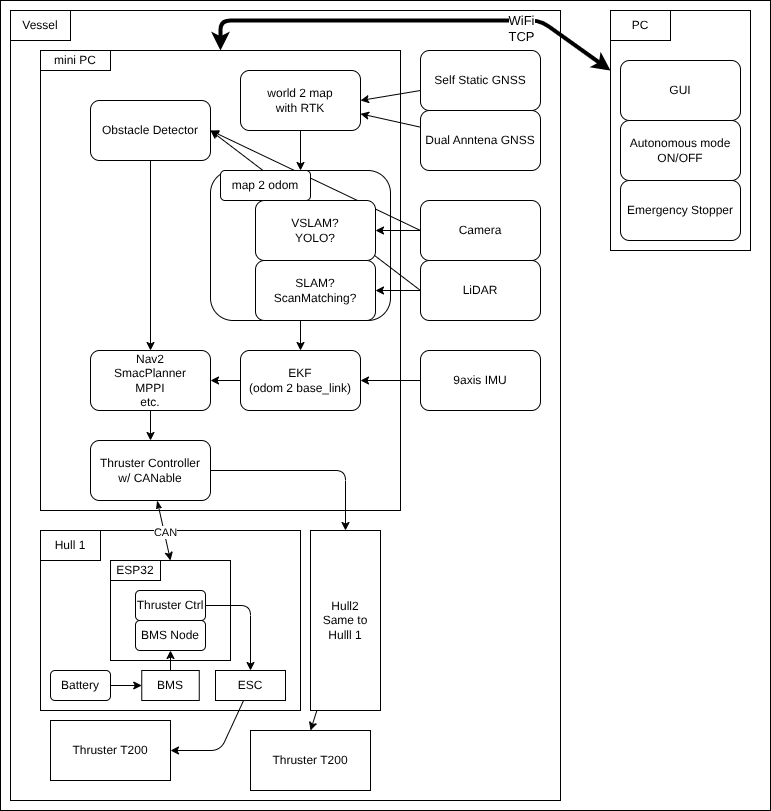
Above: ctrl_architecture.png in oswystk15662/njord2026_ws (draw.io), before the change. Source tidied: cells renumbered, new cells last; positions are measured from the earlier drawing's top-left corner, leaving out a move shared by most shapes.
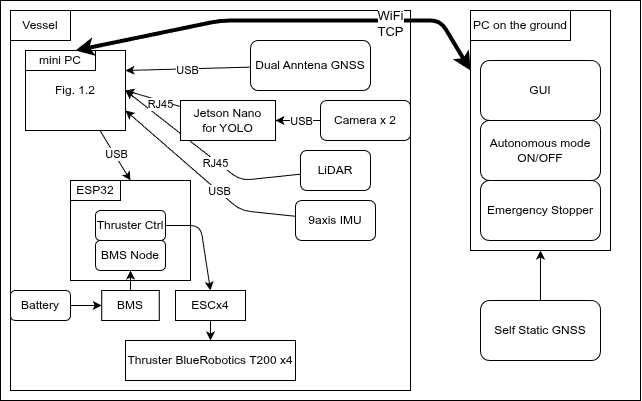
After the commit.

The edit, as a diff of the source:
```diff
@@ -3,175 +3,122 @@
     <mxCell id="0" />
     <mxCell id="1" parent="0" />
     <mxCell id="2" style="rounded=0;whiteSpace=wrap;html=1;" parent="1" vertex="1">
-      <mxGeometry width="770" height="810" as="geometry" />
+      <mxGeometry width="640" height="400" as="geometry" />
     </mxCell>
     <mxCell id="3" style="rounded=0;whiteSpace=wrap;html=1;" parent="1" vertex="1">
-      <mxGeometry x="10" y="10" width="550" height="790" as="geometry" />
+      <mxGeometry x="10" y="10" width="400" height="380" as="geometry" />
     </mxCell>
-    <mxCell id="4" style="rounded=0;whiteSpace=wrap;html=1;" parent="1" vertex="1">
-      <mxGeometry x="40" y="530" width="260" height="180" as="geometry" />
-    </mxCell>
+    <mxCell id="60" style="edgeStyle=none;html=1;entryX=0.5;entryY=0;entryDx=0;entryDy=0;endArrow=classic;endFill=1;rounded=1;curved=0;" parent="1" edge="1" source="5" target="38">
+      <mxGeometry relative="1" as="geometry" />
+    </mxCell>
+    <mxCell id="61" value="USB" style="edgeLabel;html=1;align=center;verticalAlign=middle;" parent="60" vertex="1">
+      <mxGeometry x="-0.05" y="1" relative="1" as="geometry" />
+    </mxCell>
-    <mxCell id="5" style="rounded=0;whiteSpace=wrap;html=1;" parent="1" vertex="1">
-      <mxGeometry x="40" y="50" width="360" height="460" as="geometry" />
+    <mxCell id="5" value="Fig. 1.2" style="rounded=0;whiteSpace=wrap;html=1;" parent="1" vertex="1">
+      <mxGeometry x="25" y="50" width="100" height="80" as="geometry" />
     </mxCell>
-    <mxCell id="6" style="edgeStyle=none;html=1;" parent="1" edge="1" source="7" target="24">
-      <mxGeometry relative="1" as="geometry" />
-    </mxCell>
-    <mxCell id="7" style="rounded=1;whiteSpace=wrap;html=1;" parent="1" vertex="1">
-      <mxGeometry x="210" y="170" width="180" height="150" as="geometry" />
-    </mxCell>
     <mxCell id="8" value="mini PC" style="rounded=0;whiteSpace=wrap;html=1;" parent="1" vertex="1">
-      <mxGeometry x="40" y="50" width="70" height="20" as="geometry" />
+      <mxGeometry x="25" y="50" width="70" height="20" as="geometry" />
     </mxCell>
-    <mxCell id="9" style="edgeStyle=none;html=1;" parent="1" edge="1" source="10" target="12">
+    <mxCell id="9" style="edgeStyle=none;html=1;entryX=1;entryY=0.25;entryDx=0;entryDy=0;" parent="1" edge="1" source="10" target="5">
       <mxGeometry relative="1" as="geometry" />
     </mxCell>
+    <mxCell id="62" value="USB" style="edgeLabel;html=1;align=center;verticalAlign=middle;" parent="9" vertex="1">
+      <mxGeometry x="0.01" y="1" relative="1" as="geometry" />
+    </mxCell>
     <mxCell id="10" value="Dual Anntena GNSS" style="rounded=1;whiteSpace=wrap;html=1;" parent="1" vertex="1">
-      <mxGeometry x="420" y="110" width="120" height="60" as="geometry" />
+      <mxGeometry x="250" y="40" width="120" height="50" as="geometry" />
     </mxCell>
-    <mxCell id="11" style="edgeStyle=none;html=1;" parent="1" edge="1" source="12" target="7">
-      <mxGeometry relative="1" as="geometry" />
-    </mxCell>
-    <mxCell id="12" value="world 2 map&lt;div&gt;with RTK&lt;/div&gt;" style="rounded=1;whiteSpace=wrap;html=1;" parent="1" vertex="1">
-      <mxGeometry x="240" y="70" width="120" height="60" as="geometry" />
-    </mxCell>
-    <mxCell id="13" style="edgeStyle=none;html=1;entryX=1;entryY=0.5;entryDx=0;entryDy=0;" parent="1" edge="1" source="14" target="12">
-      <mxGeometry relative="1" as="geometry" />
-    </mxCell>
+    <mxCell id="63" style="edgeStyle=none;html=1;entryX=0.5;entryY=1;entryDx=0;entryDy=0;" parent="1" edge="1" source="14" target="54">
+      <mxGeometry relative="1" as="geometry" />
+    </mxCell>
     <mxCell id="14" value="Self Static GNSS" style="rounded=1;whiteSpace=wrap;html=1;" parent="1" vertex="1">
-      <mxGeometry x="420" y="50" width="120" height="60" as="geometry" />
+      <mxGeometry x="480" y="300" width="120" height="60" as="geometry" />
     </mxCell>
-    <mxCell id="15" style="edgeStyle=none;html=1;entryX=1;entryY=0.5;entryDx=0;entryDy=0;" parent="1" edge="1" source="18" target="58">
-      <mxGeometry relative="1" as="geometry" />
-    </mxCell>
-    <mxCell id="16" style="edgeStyle=none;html=1;entryX=1;entryY=0.5;entryDx=0;entryDy=0;exitX=0;exitY=0.5;exitDx=0;exitDy=0;" parent="1" edge="1" source="18" target="28">
-      <mxGeometry relative="1" as="geometry" />
-    </mxCell>
-    <mxCell id="17" style="edgeStyle=none;html=1;entryX=1;entryY=0.5;entryDx=0;entryDy=0;exitX=0;exitY=0.5;exitDx=0;exitDy=0;" parent="1" edge="1" source="20" target="28">
-      <mxGeometry relative="1" as="geometry" />
-    </mxCell>
+    <mxCell id="64" style="edgeStyle=none;html=1;" parent="1" edge="1" source="18" target="70">
+      <mxGeometry relative="1" as="geometry" />
+    </mxCell>
+    <mxCell id="65" value="USB" style="edgeLabel;html=1;align=center;verticalAlign=middle;" parent="64" vertex="1">
+      <mxGeometry x="-0.43" y="3" relative="1" as="geometry">
+        <mxPoint x="-7" y="-3" as="offset" />
+      </mxGeometry>
+    </mxCell>
-    <mxCell id="18" value="Camera" style="rounded=1;whiteSpace=wrap;html=1;" parent="1" vertex="1">
-      <mxGeometry x="420" y="200" width="120" height="60" as="geometry" />
+    <mxCell id="18" value="Camera x 2" style="rounded=1;whiteSpace=wrap;html=1;" parent="1" vertex="1">
+      <mxGeometry x="320" y="100" width="90" height="40" as="geometry" />
     </mxCell>
-    <mxCell id="19" style="edgeStyle=none;html=1;" parent="1" edge="1" source="20" target="21">
-      <mxGeometry relative="1" as="geometry" />
+    <mxCell id="19" style="edgeStyle=none;html=1;entryX=1;entryY=0.5;entryDx=0;entryDy=0;" parent="1" edge="1" source="20" target="5">
+      <mxGeometry relative="1" as="geometry">
+        <Array as="points">
+          <mxPoint x="240" y="180" />
+        </Array>
+      </mxGeometry>
     </mxCell>
+    <mxCell id="66" value="RJ45" style="edgeLabel;html=1;align=center;verticalAlign=middle;" parent="19" vertex="1">
+      <mxGeometry x="-0.11" y="2" relative="1" as="geometry" />
+    </mxCell>
     <mxCell id="20" value="LiDAR" style="rounded=1;whiteSpace=wrap;html=1;" parent="1" vertex="1">
-      <mxGeometry x="420" y="260" width="120" height="60" as="geometry" />
+      <mxGeometry x="300" y="150" width="70" height="40" as="geometry" />
     </mxCell>
-    <mxCell id="21" value="SLAM?&lt;br&gt;ScanMatching?" style="rounded=1;whiteSpace=wrap;html=1;" parent="1" vertex="1">
-      <mxGeometry x="255" y="260" width="120" height="60" as="geometry" />
-    </mxCell>
-    <mxCell id="22" value="map 2 odom" style="rounded=1;whiteSpace=wrap;html=1;" parent="1" vertex="1">
-      <mxGeometry x="220" y="170" width="90" height="30" as="geometry" />
-    </mxCell>
-    <mxCell id="23" style="edgeStyle=none;html=1;entryX=1;entryY=0.5;entryDx=0;entryDy=0;" parent="1" edge="1" source="24" target="30">
-      <mxGeometry relative="1" as="geometry" />
-    </mxCell>
-    <mxCell id="24" value="EKF&lt;div&gt;(odom 2 base_link)&lt;/div&gt;" style="rounded=1;whiteSpace=wrap;html=1;" parent="1" vertex="1">
-      <mxGeometry x="240" y="350" width="120" height="60" as="geometry" />
-    </mxCell>
-    <mxCell id="25" style="edgeStyle=none;html=1;" parent="1" edge="1" source="26" target="24">
-      <mxGeometry relative="1" as="geometry" />
+    <mxCell id="25" style="edgeStyle=none;html=1;entryX=1;entryY=0.75;entryDx=0;entryDy=0;" parent="1" edge="1" source="26" target="5">
+      <mxGeometry relative="1" as="geometry">
+        <Array as="points">
+          <mxPoint x="240" y="210" />
+        </Array>
+      </mxGeometry>
     </mxCell>
+    <mxCell id="67" value="USB" style="edgeLabel;html=1;align=center;verticalAlign=middle;" parent="25" vertex="1">
+      <mxGeometry x="-0.19" y="-1" relative="1" as="geometry" />
+    </mxCell>
     <mxCell id="26" value="9axis IMU" style="rounded=1;whiteSpace=wrap;html=1;" parent="1" vertex="1">
-      <mxGeometry x="420" y="350" width="120" height="60" as="geometry" />
+      <mxGeometry x="295" y="200" width="80" height="40" as="geometry" />
     </mxCell>
-    <mxCell id="27" style="edgeStyle=none;html=1;entryX=0.5;entryY=0;entryDx=0;entryDy=0;" parent="1" edge="1" source="28" target="30">
-      <mxGeometry relative="1" as="geometry">
-        <Array as="points">
-          <mxPoint x="150" y="110" />
-        </Array>
-      </mxGeometry>
-    </mxCell>
-    <mxCell id="28" value="Obstacle Detector" style="rounded=1;whiteSpace=wrap;html=1;" parent="1" vertex="1">
-      <mxGeometry x="90" y="100" width="120" height="60" as="geometry" />
-    </mxCell>
-    <mxCell id="29" style="edgeStyle=none;html=1;" parent="1" edge="1" source="30" target="34">
-      <mxGeometry relative="1" as="geometry" />
-    </mxCell>
-    <mxCell id="30" value="Nav2&lt;div&gt;SmacPlanner&lt;/div&gt;&lt;div&gt;MPPI&lt;/div&gt;&lt;div&gt;etc.&lt;/div&gt;" style="rounded=1;whiteSpace=wrap;html=1;align=center;" parent="1" vertex="1">
-      <mxGeometry x="90" y="350" width="120" height="60" as="geometry" />
-    </mxCell>
-    <mxCell id="31" style="edgeStyle=none;html=1;entryX=0.5;entryY=0;entryDx=0;entryDy=0;startArrow=classicThin;startFill=1;" parent="1" edge="1" source="34" target="38">
-      <mxGeometry relative="1" as="geometry" />
-    </mxCell>
-    <mxCell id="32" value="CAN" style="edgeLabel;html=1;align=center;verticalAlign=middle;" parent="31" vertex="1">
-      <mxGeometry x="0.08" y="1" relative="1" as="geometry" />
-    </mxCell>
-    <mxCell id="33" style="edgeStyle=none;html=1;entryX=0.5;entryY=0;entryDx=0;entryDy=0;" parent="1" edge="1" source="34" target="49">
-      <mxGeometry relative="1" as="geometry">
-        <Array as="points">
-          <mxPoint x="345" y="470" />
-        </Array>
-      </mxGeometry>
-    </mxCell>
-    <mxCell id="34" value="Thruster Controller&lt;div&gt;w/ CANable&lt;/div&gt;" style="rounded=1;whiteSpace=wrap;html=1;" parent="1" vertex="1">
-      <mxGeometry x="90" y="440" width="120" height="60" as="geometry" />
-    </mxCell>
-    <mxCell id="35" value="Hull 1" style="rounded=0;whiteSpace=wrap;html=1;" parent="1" vertex="1">
-      <mxGeometry x="40" y="530" width="60" height="30" as="geometry" />
-    </mxCell>
     <mxCell id="36" style="edgeStyle=none;html=1;" parent="1" edge="1" source="37" target="41">
       <mxGeometry relative="1" as="geometry" />
     </mxCell>
     <mxCell id="37" value="Battery" style="rounded=1;whiteSpace=wrap;html=1;" parent="1" vertex="1">
-      <mxGeometry x="50" y="670" width="60" height="30" as="geometry" />
+      <mxGeometry x="10" y="290" width="60" height="30" as="geometry" />
     </mxCell>
     <mxCell id="38" style="rounded=0;whiteSpace=wrap;html=1;" parent="1" vertex="1">
-      <mxGeometry x="110" y="560" width="120" height="100" as="geometry" />
+      <mxGeometry x="70" y="180" width="120" height="100" as="geometry" />
     </mxCell>
     <mxCell id="39" value="ESP32" style="rounded=0;whiteSpace=wrap;html=1;" parent="1" vertex="1">
-      <mxGeometry x="110" y="560" width="50" height="20" as="geometry" />
+      <mxGeometry x="70" y="180" width="50" height="20" as="geometry" />
     </mxCell>
     <mxCell id="40" style="edgeStyle=none;html=1;" parent="1" edge="1" source="41" target="42">
       <mxGeometry relative="1" as="geometry" />
     </mxCell>
     <mxCell id="41" value="BMS" style="rounded=0;whiteSpace=wrap;html=1;" parent="1" vertex="1">
-      <mxGeometry x="141.2" y="670" width="57.5" height="30" as="geometry" />
+      <mxGeometry x="101.2" y="290" width="57.5" height="30" as="geometry" />
     </mxCell>
     <mxCell id="42" value="BMS Node" style="rounded=1;whiteSpace=wrap;html=1;" parent="1" vertex="1">
-      <mxGeometry x="135" y="620" width="70" height="30" as="geometry" />
+      <mxGeometry x="95" y="240" width="70" height="30" as="geometry" />
     </mxCell>
     <mxCell id="43" style="edgeStyle=none;html=1;entryX=0.5;entryY=0;entryDx=0;entryDy=0;" parent="1" edge="1" source="44" target="46">
       <mxGeometry relative="1" as="geometry">
         <Array as="points">
-          <mxPoint x="250" y="605" />
+          <mxPoint x="200" y="225" />
         </Array>
       </mxGeometry>
     </mxCell>
     <mxCell id="44" value="Thruster Ctrl" style="rounded=1;whiteSpace=wrap;html=1;" parent="1" vertex="1">
-      <mxGeometry x="135" y="590" width="70" height="30" as="geometry" />
+      <mxGeometry x="95" y="210" width="70" height="30" as="geometry" />
     </mxCell>
-    <mxCell id="45" style="edgeStyle=none;html=1;entryX=1;entryY=0.5;entryDx=0;entryDy=0;" parent="1" edge="1" source="46" target="47">
-      <mxGeometry relative="1" as="geometry">
-        <Array as="points">
-          <mxPoint x="220" y="750" />
-        </Array>
-      </mxGeometry>
+    <mxCell id="45" style="edgeStyle=none;html=1;" parent="1" edge="1" source="46" target="47">
+      <mxGeometry relative="1" as="geometry" />
     </mxCell>
-    <mxCell id="46" value="ESC" style="rounded=0;whiteSpace=wrap;html=1;" parent="1" vertex="1">
-      <mxGeometry x="215" y="670" width="70" height="30" as="geometry" />
+    <mxCell id="46" value="ESCx4" style="rounded=0;whiteSpace=wrap;html=1;" parent="1" vertex="1">
+      <mxGeometry x="175" y="290" width="70" height="30" as="geometry" />
     </mxCell>
-    <mxCell id="47" value="Thruster T200" style="rounded=0;whiteSpace=wrap;html=1;" parent="1" vertex="1">
-      <mxGeometry x="50" y="720" width="120" height="60" as="geometry" />
+    <mxCell id="47" value="Thruster BlueRobotics T200 x4" style="rounded=0;whiteSpace=wrap;html=1;" parent="1" vertex="1">
+      <mxGeometry x="125" y="340" width="170" height="40" as="geometry" />
     </mxCell>
-    <mxCell id="48" style="edgeStyle=none;html=1;entryX=0.5;entryY=0;entryDx=0;entryDy=0;" parent="1" edge="1" source="49" target="50">
-      <mxGeometry relative="1" as="geometry" />
-    </mxCell>
-    <mxCell id="49" value="Hull2&lt;div&gt;Same to&lt;/div&gt;&lt;div&gt;Hulll 1&lt;/div&gt;" style="rounded=0;whiteSpace=wrap;html=1;" parent="1" vertex="1">
-      <mxGeometry x="310" y="530" width="70" height="180" as="geometry" />
-    </mxCell>
-    <mxCell id="50" value="Thruster T200" style="rounded=0;whiteSpace=wrap;html=1;" parent="1" vertex="1">
-      <mxGeometry x="250" y="730" width="120" height="60" as="geometry" />
-    </mxCell>
     <mxCell id="51" value="Vessel" style="rounded=0;whiteSpace=wrap;html=1;" parent="1" vertex="1">
       <mxGeometry x="10" y="10" width="60" height="30" as="geometry" />
     </mxCell>
     <mxCell id="52" style="edgeStyle=none;html=1;entryX=0.5;entryY=0;entryDx=0;entryDy=0;exitX=0;exitY=0.25;exitDx=0;exitDy=0;startArrow=classic;startFill=1;strokeWidth=4;" parent="1" edge="1" source="54" target="5">
       <mxGeometry relative="1" as="geometry">
         <Array as="points">
-          <mxPoint x="540" y="20" />
+          <mxPoint x="440" y="20" />
           <mxPoint x="420" y="20" />
           <mxPoint x="220" y="20" />
         </Array>
@@ -183,22 +130,28 @@
       </mxGeometry>
     </mxCell>
     <mxCell id="54" style="rounded=0;whiteSpace=wrap;html=1;" parent="1" vertex="1">
-      <mxGeometry x="610" y="10" width="140" height="240" as="geometry" />
+      <mxGeometry x="470" y="10" width="140" height="240" as="geometry" />
     </mxCell>
-    <mxCell id="55" value="PC" style="rounded=0;whiteSpace=wrap;html=1;" parent="1" vertex="1">
-      <mxGeometry x="610" y="10" width="60" height="30" as="geometry" />
+    <mxCell id="55" value="PC on the ground" style="rounded=0;whiteSpace=wrap;html=1;" parent="1" vertex="1">
+      <mxGeometry x="470" y="10" width="100" height="30" as="geometry" />
     </mxCell>
     <mxCell id="56" value="GUI" style="rounded=1;whiteSpace=wrap;html=1;" parent="1" vertex="1">
-      <mxGeometry x="620" y="60" width="120" height="60" as="geometry" />
+      <mxGeometry x="480" y="60" width="120" height="60" as="geometry" />
     </mxCell>
     <mxCell id="57" value="Emergency Stopper" style="rounded=1;whiteSpace=wrap;html=1;" parent="1" vertex="1">
-      <mxGeometry x="620" y="180" width="120" height="60" as="geometry" />
+      <mxGeometry x="480" y="180" width="120" height="60" as="geometry" />
     </mxCell>
-    <mxCell id="58" value="VSLAM?&lt;div&gt;YOLO?&lt;/div&gt;" style="rounded=1;whiteSpace=wrap;html=1;" parent="1" vertex="1">
-      <mxGeometry x="255" y="200" width="120" height="60" as="geometry" />
-    </mxCell>
     <mxCell id="59" value="Autonomous&amp;nbsp;mode&lt;div&gt;ON/OFF&lt;/div&gt;" style="rounded=1;whiteSpace=wrap;html=1;" parent="1" vertex="1">
-      <mxGeometry x="620" y="120" width="120" height="60" as="geometry" />
+      <mxGeometry x="480" y="120" width="120" height="60" as="geometry" />
     </mxCell>
+    <mxCell id="68" style="edgeStyle=none;html=1;entryX=1;entryY=0.5;entryDx=0;entryDy=0;" parent="1" edge="1" source="70" target="5">
+      <mxGeometry relative="1" as="geometry" />
+    </mxCell>
+    <mxCell id="69" value="RJ45" style="edgeLabel;html=1;align=center;verticalAlign=middle;" parent="68" vertex="1">
+      <mxGeometry x="-0.32" y="3" relative="1" as="geometry" />
+    </mxCell>
+    <mxCell id="70" value="Jetson Nano&lt;br&gt;for YOLO" style="rounded=0;whiteSpace=wrap;html=1;" parent="1" vertex="1">
+      <mxGeometry x="180" y="100" width="95" height="40" as="geometry" />
+    </mxCell>
   </root>
 </mxGraphModel>
```
